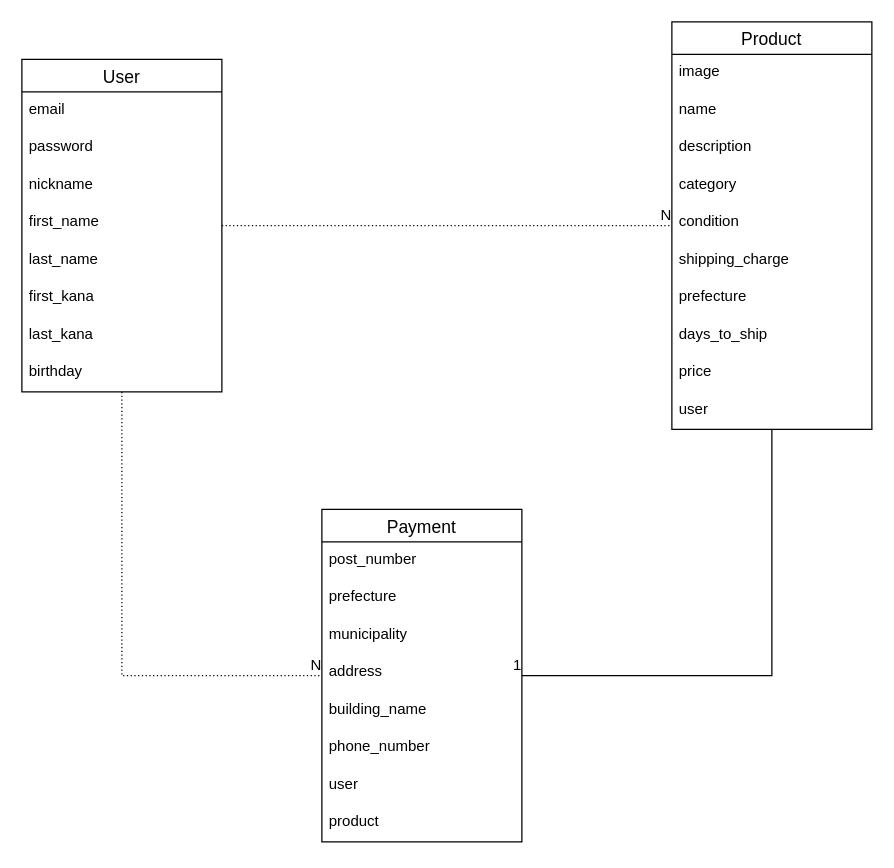
Above: er.dio in T0m555/furima-32868 (draw.io), before the change. Source tidied: cells renumbered, new cells numbered last; positions are measured from the earlier drawing's top-left corner, leaving out a move shared by most shapes. Both pictures are drawn from the tidied source at 125%, with x=0, y=0 at pixel (21, 21).
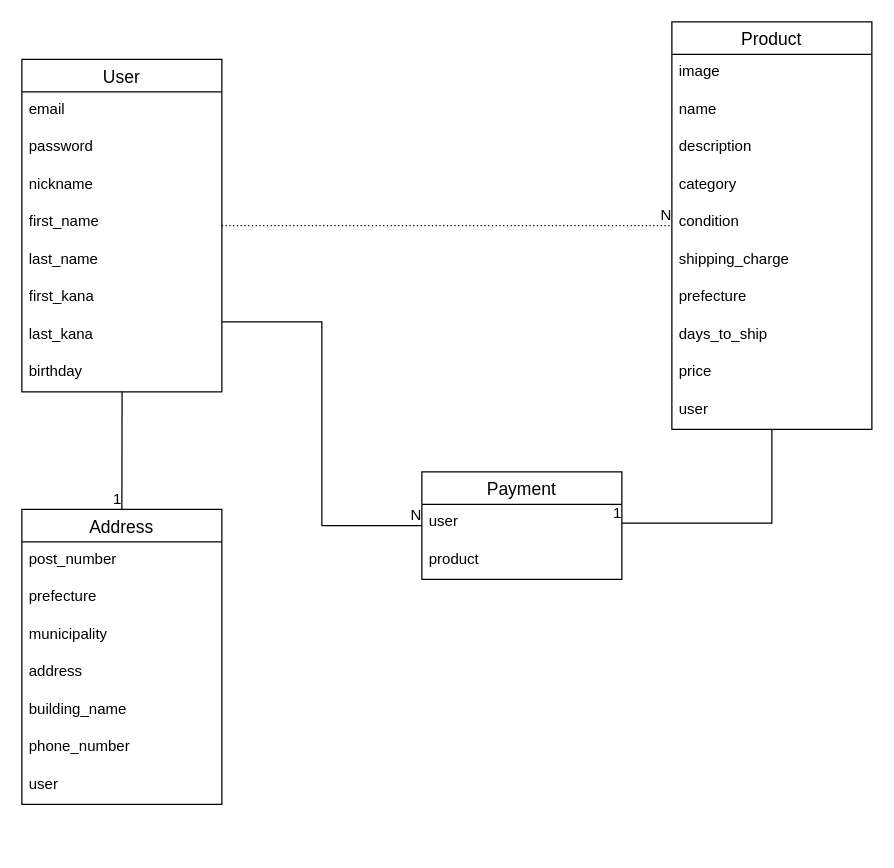
The same diagram, later.

Unchanged cells that the change refers to:
```xml
<mxCell id="2" value="User" style="swimlane;fontStyle=0;horizontal=1;startSize=26;align=center;fontSize=14;" parent="1" vertex="1">
  <mxGeometry y="30" width="160" height="266" as="geometry" />
</mxCell>
<mxCell id="10" value="birthday" style="text;strokeColor=none;fillColor=none;spacingLeft=4;spacingRight=4;overflow=hidden;points=[[0,0.5],[1,0.5]];portConstraint=eastwest;fontSize=12;" parent="2" vertex="1">
  <mxGeometry y="236" width="160" height="30" as="geometry" />
</mxCell>
<mxCell id="11" value="Product" style="swimlane;fontStyle=0;horizontal=1;startSize=26;align=center;fontSize=14;" parent="1" vertex="1">
  <mxGeometry x="520" width="160" height="326" as="geometry" />
</mxCell>
```

The edit, as a diff of the source:
```diff
@@
-    <mxCell id="22" value="Payment" style="swimlane;fontStyle=0;horizontal=1;startSize=26;align=center;fontSize=14;" parent="1" vertex="1">
-      <mxGeometry x="240" y="390" width="160" height="266" as="geometry" />
+    <mxCell id="22" value="Address" style="swimlane;fontStyle=0;horizontal=1;startSize=26;align=center;fontSize=14;" parent="1" vertex="1">
+      <mxGeometry y="390" width="160" height="236" as="geometry" />
     </mxCell>
@@
-    <mxCell id="30" value="product" style="text;strokeColor=none;fillColor=none;spacingLeft=4;spacingRight=4;overflow=hidden;fontSize=12;" parent="22" vertex="1">
-      <mxGeometry y="236" width="160" height="30" as="geometry" />
-    </mxCell>
@@
-    <mxCell id="33" style="endArrow=none;html=1;rounded=0;dashed=1;dashPattern=1 2;edgeStyle=orthogonalEdgeStyle;" parent="1" edge="1" source="2" target="22">
-      <mxGeometry relative="1" as="geometry">
-        <Array as="points">
-          <mxPoint x="80" y="523" />
-        </Array>
-      </mxGeometry>
-    </mxCell>
-    <mxCell id="34" value="N" style="html=1;align=right;verticalAlign=bottom;" parent="33" vertex="1">
-      <mxGeometry x="1" relative="1" as="geometry" />
-    </mxCell>
-    <mxCell id="35" style="endArrow=none;html=1;rounded=0;edgeStyle=orthogonalEdgeStyle;" parent="1" edge="1" source="11" target="22">
+    <mxCell id="35" style="endArrow=none;html=1;rounded=0;edgeStyle=orthogonalEdgeStyle;entryX=1;entryY=0.5;entryDx=0;entryDy=0;" parent="1" edge="1" source="11" target="38">
       <mxGeometry relative="1" as="geometry">
         <Array as="points">
-          <mxPoint x="600" y="523" />
+          <mxPoint x="600" y="401" />
         </Array>
       </mxGeometry>
     </mxCell>
@@
+    <mxCell id="37" value="Payment" style="swimlane;fontStyle=0;horizontal=1;startSize=26;align=center;fontSize=14;" parent="1" vertex="1">
+      <mxGeometry x="320" y="360" width="160" height="86" as="geometry" />
+    </mxCell>
+    <mxCell id="38" value="user" style="text;strokeColor=none;fillColor=none;spacingLeft=4;spacingRight=4;overflow=hidden;points=[[0,0.5],[1,0.5]];portConstraint=eastwest;fontSize=12;" parent="37" vertex="1">
+      <mxGeometry y="26" width="160" height="30" as="geometry" />
+    </mxCell>
+    <mxCell id="30" value="product" style="text;strokeColor=none;fillColor=none;spacingLeft=4;spacingRight=4;overflow=hidden;fontSize=12;" parent="37" vertex="1">
+      <mxGeometry y="56" width="160" height="30" as="geometry" />
+    </mxCell>
+    <mxCell id="39" style="endArrow=none;html=1;rounded=0;exitX=0.501;exitY=0.993;exitDx=0;exitDy=0;exitPerimeter=0;entryX=0.5;entryY=0;entryDx=0;entryDy=0;" parent="1" edge="1" source="10" target="22">
+      <mxGeometry relative="1" as="geometry" />
+    </mxCell>
+    <mxCell id="40" value="1" style="html=1;align=right;verticalAlign=bottom;" parent="39" vertex="1">
+      <mxGeometry x="1" relative="1" as="geometry" />
+    </mxCell>
+    <mxCell id="41" style="endArrow=none;html=1;rounded=0;edgeStyle=orthogonalEdgeStyle;" parent="1" edge="1" source="2" target="37">
+      <mxGeometry relative="1" as="geometry">
+        <Array as="points">
+          <mxPoint x="240" y="240" />
+          <mxPoint x="240" y="403" />
+        </Array>
+      </mxGeometry>
+    </mxCell>
+    <mxCell id="34" value="N" style="html=1;align=right;verticalAlign=bottom;" parent="41" vertex="1">
+      <mxGeometry x="1" relative="1" as="geometry" />
+    </mxCell>
```
